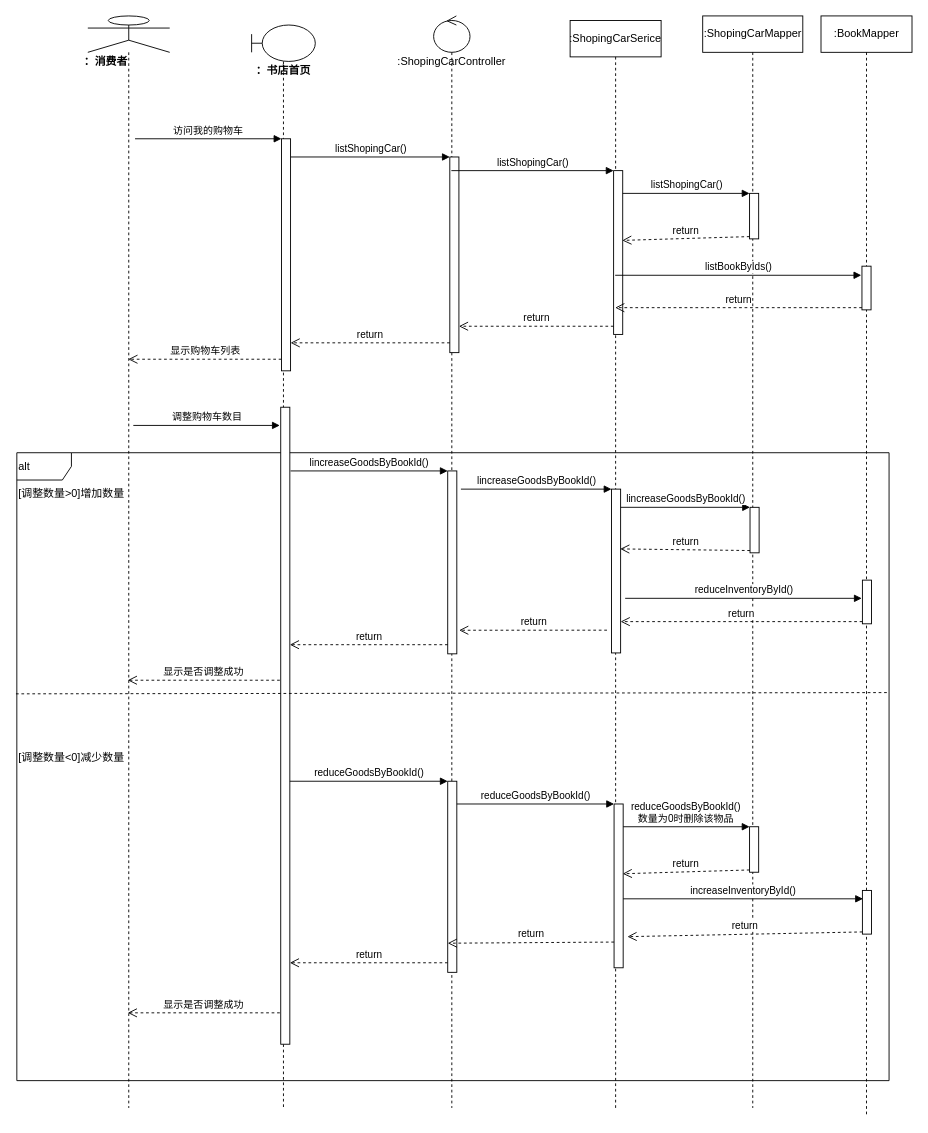
Earlier version of the draw.io diagram page "第 3 页" (3 of 3) of 毕业设计-功能设计-会员登录注册、登录、退出、订单、购物车功能设计.drawio (MinDaHu/UML). Source tidied: cells renumbered, new cells numbered last; positions are measured from the earlier drawing's top-left corner, leaving out a move shared by most shapes. Both pictures are drawn from the tidied source at 91%, with x=0, y=0 at pixel (16, 15).
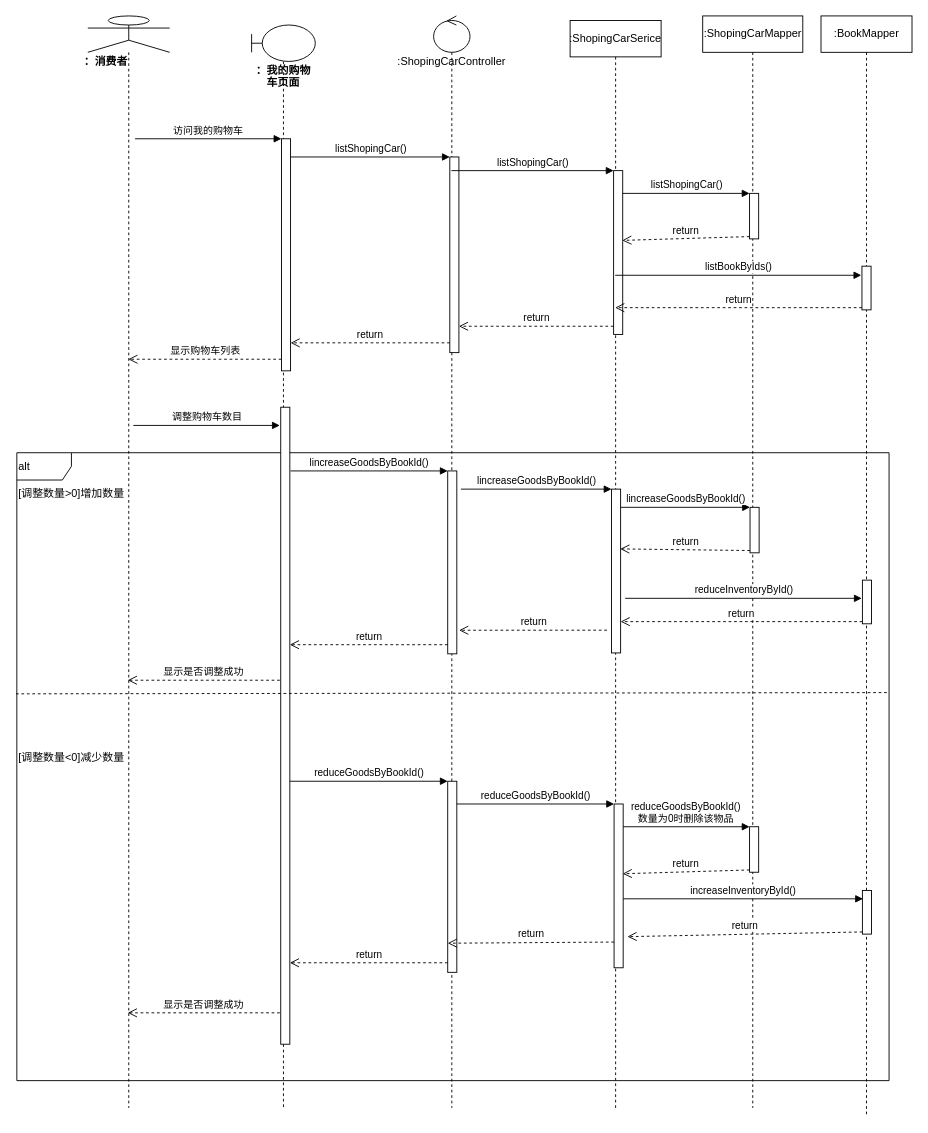
The same diagram, later.

Diff of the diagram source:
```diff
@@
-    <mxCell id="9" value="&lt;span&gt;：书店首页&lt;/span&gt;" style="shape=umlLifeline;participant=umlBoundary;perimeter=lifelinePerimeter;whiteSpace=wrap;html=1;verticalAlign=top;spacingTop=36;fontStyle=1;" parent="1" vertex="1">
+    <mxCell id="9" value="&lt;span&gt;：我的购物车页面&lt;/span&gt;" style="shape=umlLifeline;participant=umlBoundary;perimeter=lifelinePerimeter;whiteSpace=wrap;html=1;verticalAlign=top;spacingTop=36;fontStyle=1;" parent="1" vertex="1">
       <mxGeometry x="258" y="10" width="70" height="1190" as="geometry" />
     </mxCell>
```
